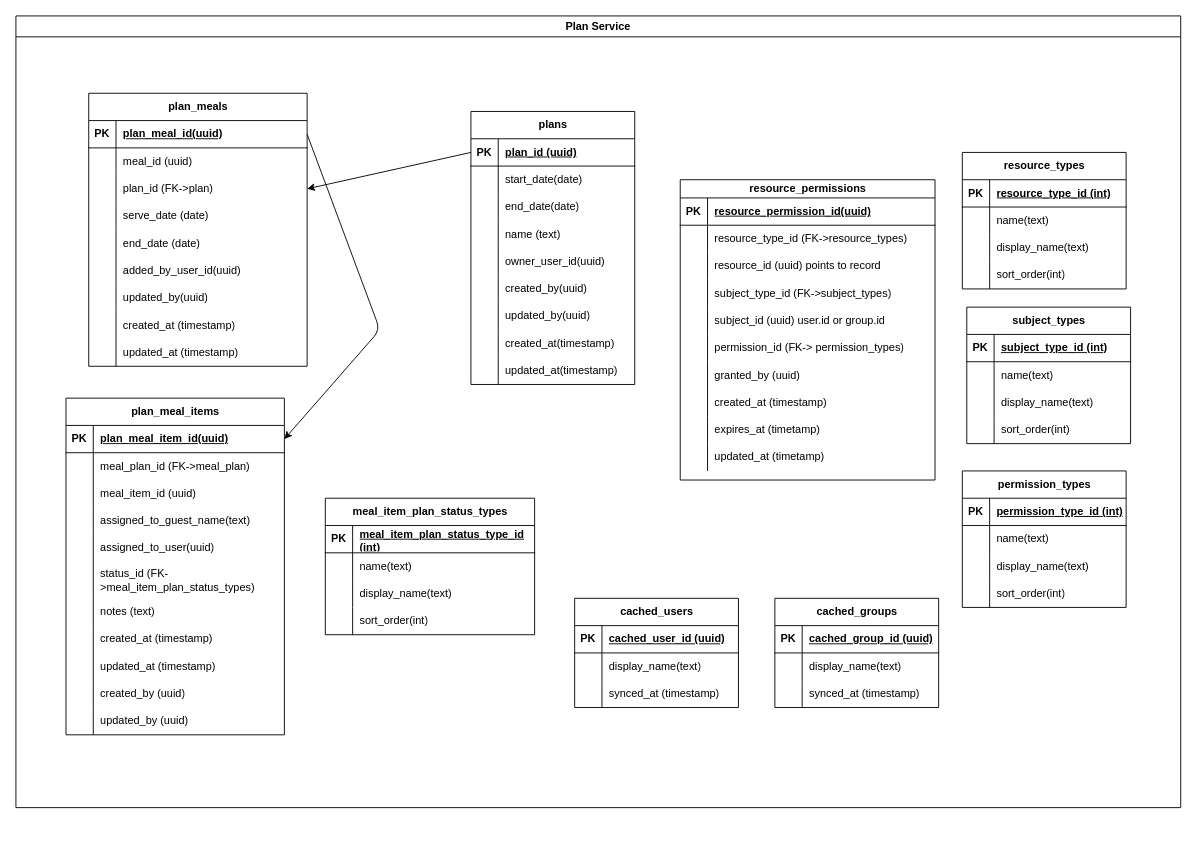
Above: page "Plan DB" (3 of 3) of docs/meal_planning_datamodel.drawio in salzheimer/mealplanner (draw.io), before the change. Source tidied: cells renumbered, new cells numbered last; positions are measured from the earlier drawing's top-left corner, leaving out a move shared by most shapes. Both pictures are drawn from the tidied source at 91%, with x=0, y=0 at pixel (15, 15).
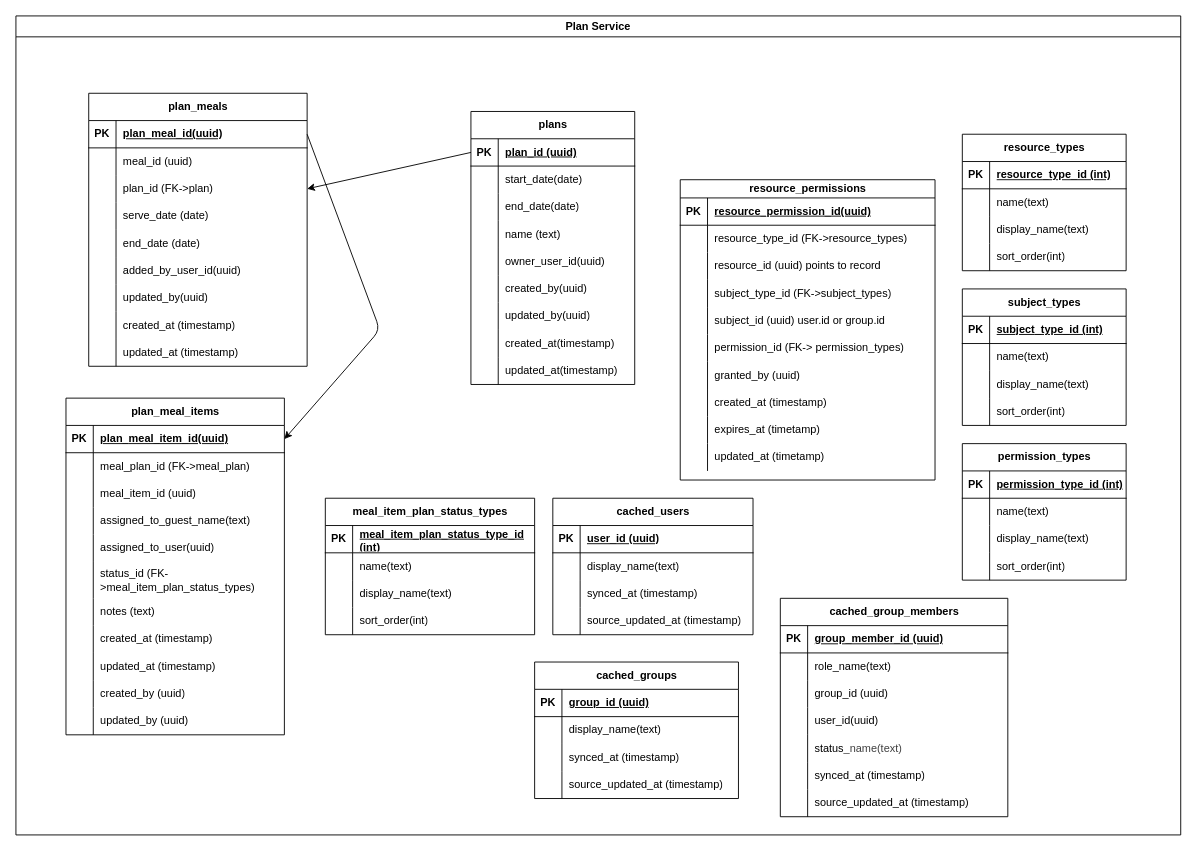
After the change.

Diff of the diagram source:
```diff
@@
     <mxCell id="2" value="Plan Service" style="swimlane;whiteSpace=wrap;html=1;" parent="1" vertex="1">
-      <mxGeometry width="1280" height="870" as="geometry" />
+      <mxGeometry width="1280" height="900" as="geometry" />
     </mxCell>
@@
     <mxCell id="95" value="&lt;div style=&quot;text-align: left;&quot;&gt;&lt;span style=&quot;background-color: transparent; text-wrap-mode: wrap;&quot;&gt;resource_types&lt;/span&gt;&lt;/div&gt;" style="shape=table;startSize=30;childLayout=tableLayout;rowLines=0;fontStyle=1;align=center;html=1;" parent="2" vertex="1">
-      <mxGeometry x="1040" y="150" width="180" height="150" as="geometry" />
+      <mxGeometry x="1040" y="130" width="180" height="150" as="geometry" />
     </mxCell>
@@
     <mxCell id="108" value="&lt;span style=&quot;color: rgb(0, 0, 0); text-align: left; white-space: normal;&quot;&gt;subject_&lt;/span&gt;types" style="shape=table;startSize=30;childLayout=tableLayout;rowLines=0;fontStyle=1;align=center;html=1;" parent="2" vertex="1">
-      <mxGeometry x="1044.9" y="320" width="180" height="150" as="geometry" />
+      <mxGeometry x="1040" y="300" width="180" height="150" as="geometry" />
     </mxCell>
@@
     <mxCell id="152" value="&lt;span style=&quot;color: rgb(0, 0, 0); text-align: left; white-space: normal;&quot;&gt;permission_&lt;/span&gt;types" style="shape=table;startSize=30;childLayout=tableLayout;rowLines=0;fontStyle=1;align=center;html=1;" parent="2" vertex="1">
-      <mxGeometry x="1040" y="500" width="180" height="150" as="geometry" />
+      <mxGeometry x="1040" y="470" width="180" height="150" as="geometry" />
     </mxCell>
@@
+    <mxCell id="198" value="cached_group_members" style="shape=table;startSize=30;childLayout=tableLayout;rowLines=0;fontStyle=1;align=center;html=1;" parent="2" vertex="1">
+      <mxGeometry x="840" y="640" width="250" height="240" as="geometry" />
+    </mxCell>
+    <mxCell id="199" style="shape=tableRow;horizontal=0;startSize=0;swimlaneHead=0;swimlaneBody=0;fillColor=none;top=0;left=0;right=0;bottom=1;" parent="198" vertex="1">
+      <mxGeometry y="30" width="250" height="30" as="geometry" />
+    </mxCell>
+    <mxCell id="200" value="PK" style="shape=partialRectangle;fillColor=none;top=0;left=0;bottom=0;right=0;fontStyle=1;overflow=hidden;whiteSpace=wrap;html=1;" parent="199" vertex="1">
+      <mxGeometry width="30" height="30" as="geometry" />
+    </mxCell>
+    <mxCell id="201" value="group_member_id (uuid)" style="shape=partialRectangle;fillColor=none;top=0;left=0;bottom=0;right=0;align=left;spacingLeft=6;fontStyle=5;overflow=hidden;whiteSpace=wrap;html=1;" parent="199" vertex="1">
+      <mxGeometry x="30" width="220" height="30" as="geometry" />
+    </mxCell>
+    <mxCell id="202" style="shape=tableRow;horizontal=0;startSize=0;swimlaneHead=0;swimlaneBody=0;fillColor=none;top=0;left=0;right=0;bottom=0;" parent="198" vertex="1">
+      <mxGeometry y="60" width="250" height="30" as="geometry" />
+    </mxCell>
+    <mxCell id="203" style="shape=partialRectangle;fillColor=none;top=0;left=0;bottom=0;right=0;overflow=hidden;whiteSpace=wrap;html=1;" parent="202" vertex="1">
+      <mxGeometry width="30" height="30" as="geometry" />
+    </mxCell>
+    <mxCell id="204" value="role_name(text)" style="shape=partialRectangle;fillColor=none;top=0;left=0;bottom=0;right=0;align=left;spacingLeft=6;overflow=hidden;whiteSpace=wrap;html=1;" parent="202" vertex="1">
+      <mxGeometry x="30" width="220" height="30" as="geometry" />
+    </mxCell>
+    <mxCell id="205" style="shape=tableRow;horizontal=0;startSize=0;swimlaneHead=0;swimlaneBody=0;fillColor=none;top=0;left=0;right=0;bottom=0;" parent="198" vertex="1">
+      <mxGeometry y="90" width="250" height="30" as="geometry" />
+    </mxCell>
+    <mxCell id="206" style="shape=partialRectangle;fillColor=none;top=0;left=0;bottom=0;right=0;overflow=hidden;whiteSpace=wrap;html=1;" parent="205" vertex="1">
+      <mxGeometry width="30" height="30" as="geometry" />
+    </mxCell>
+    <mxCell id="207" value="group_id (uuid)" style="shape=partialRectangle;fillColor=none;top=0;left=0;bottom=0;right=0;align=left;spacingLeft=6;overflow=hidden;whiteSpace=wrap;html=1;" parent="205" vertex="1">
+      <mxGeometry x="30" width="220" height="30" as="geometry" />
+    </mxCell>
+    <mxCell id="208" style="shape=tableRow;horizontal=0;startSize=0;swimlaneHead=0;swimlaneBody=0;fillColor=none;top=0;left=0;right=0;bottom=0;" parent="198" vertex="1">
+      <mxGeometry y="120" width="250" height="30" as="geometry" />
+    </mxCell>
+    <mxCell id="209" style="shape=partialRectangle;fillColor=none;top=0;left=0;bottom=0;right=0;overflow=hidden;whiteSpace=wrap;html=1;" parent="208" vertex="1">
+      <mxGeometry width="30" height="30" as="geometry" />
+    </mxCell>
+    <mxCell id="210" value="user_id(uuid)" style="shape=partialRectangle;fillColor=none;top=0;left=0;bottom=0;right=0;align=left;spacingLeft=6;overflow=hidden;whiteSpace=wrap;html=1;" parent="208" vertex="1">
+      <mxGeometry x="30" width="220" height="30" as="geometry" />
+    </mxCell>
+    <mxCell id="211" style="shape=tableRow;horizontal=0;startSize=0;swimlaneHead=0;swimlaneBody=0;fillColor=none;top=0;left=0;right=0;bottom=0;" parent="198" vertex="1">
+      <mxGeometry y="150" width="250" height="30" as="geometry" />
+    </mxCell>
+    <mxCell id="212" style="shape=partialRectangle;fillColor=none;top=0;left=0;bottom=0;right=0;overflow=hidden;whiteSpace=wrap;html=1;" parent="211" vertex="1">
+      <mxGeometry width="30" height="30" as="geometry" />
+    </mxCell>
+    <mxCell id="213" value="status&lt;span style=&quot;color: rgb(63, 63, 63); background-color: transparent;&quot;&gt;_name(text)&lt;/span&gt;" style="shape=partialRectangle;fillColor=none;top=0;left=0;bottom=0;right=0;align=left;spacingLeft=6;overflow=hidden;whiteSpace=wrap;html=1;" parent="211" vertex="1">
+      <mxGeometry x="30" width="220" height="30" as="geometry" />
+    </mxCell>
+    <mxCell id="214" style="shape=tableRow;horizontal=0;startSize=0;swimlaneHead=0;swimlaneBody=0;fillColor=none;top=0;left=0;right=0;bottom=0;" parent="198" vertex="1">
+      <mxGeometry y="180" width="250" height="30" as="geometry" />
+    </mxCell>
+    <mxCell id="215" style="shape=partialRectangle;fillColor=none;top=0;left=0;bottom=0;right=0;overflow=hidden;whiteSpace=wrap;html=1;" parent="214" vertex="1">
+      <mxGeometry width="30" height="30" as="geometry" />
+    </mxCell>
+    <mxCell id="216" value="synced_at (timestamp)" style="shape=partialRectangle;fillColor=none;top=0;left=0;bottom=0;right=0;align=left;spacingLeft=6;overflow=hidden;whiteSpace=wrap;html=1;" parent="214" vertex="1">
+      <mxGeometry x="30" width="220" height="30" as="geometry" />
+    </mxCell>
+    <mxCell id="217" style="shape=tableRow;horizontal=0;startSize=0;swimlaneHead=0;swimlaneBody=0;fillColor=none;top=0;left=0;right=0;bottom=0;" parent="198" vertex="1">
+      <mxGeometry y="210" width="250" height="30" as="geometry" />
+    </mxCell>
+    <mxCell id="218" style="shape=partialRectangle;fillColor=none;top=0;left=0;bottom=0;right=0;overflow=hidden;whiteSpace=wrap;html=1;" parent="217" vertex="1">
+      <mxGeometry width="30" height="30" as="geometry" />
+    </mxCell>
+    <mxCell id="219" value="&lt;span style=&quot;color: rgb(0, 0, 0);&quot;&gt;source_updated_at (timestamp)&lt;/span&gt;" style="shape=partialRectangle;fillColor=none;top=0;left=0;bottom=0;right=0;align=left;spacingLeft=6;overflow=hidden;whiteSpace=wrap;html=1;" parent="217" vertex="1">
+      <mxGeometry x="30" width="220" height="30" as="geometry" />
+    </mxCell>
-    <mxCell id="178" value="cached_users" style="shape=table;startSize=30;childLayout=tableLayout;rowLines=0;fontStyle=1;align=center;html=1;" parent="1" vertex="1">
-      <mxGeometry x="614" y="640" width="180" height="120" as="geometry" />
+    <mxCell id="178" value="cached_users" style="shape=table;startSize=30;childLayout=tableLayout;rowLines=0;fontStyle=1;align=center;html=1;" parent="2" vertex="1">
+      <mxGeometry x="590" y="530" width="220" height="150" as="geometry" />
     </mxCell>
     <mxCell id="179" style="shape=tableRow;horizontal=0;startSize=0;swimlaneHead=0;swimlaneBody=0;fillColor=none;top=0;left=0;right=0;bottom=1;" parent="178" vertex="1">
-      <mxGeometry y="30" width="180" height="30" as="geometry" />
+      <mxGeometry y="30" width="220" height="30" as="geometry" />
     </mxCell>
@@
-    <mxCell id="181" value="cached_user_id (uuid)" style="shape=partialRectangle;fillColor=none;top=0;left=0;bottom=0;right=0;align=left;spacingLeft=6;fontStyle=5;overflow=hidden;whiteSpace=wrap;html=1;" parent="179" vertex="1">
-      <mxGeometry x="30" width="150" height="30" as="geometry" />
+    <mxCell id="181" value="user_id (uuid)" style="shape=partialRectangle;fillColor=none;top=0;left=0;bottom=0;right=0;align=left;spacingLeft=6;fontStyle=5;overflow=hidden;whiteSpace=wrap;html=1;" parent="179" vertex="1">
+      <mxGeometry x="30" width="190" height="30" as="geometry" />
     </mxCell>
     <mxCell id="182" style="shape=tableRow;horizontal=0;startSize=0;swimlaneHead=0;swimlaneBody=0;fillColor=none;top=0;left=0;right=0;bottom=0;" parent="178" vertex="1">
-      <mxGeometry y="60" width="180" height="30" as="geometry" />
+      <mxGeometry y="60" width="220" height="30" as="geometry" />
     </mxCell>
@@
     <mxCell id="184" value="display_name(text)" style="shape=partialRectangle;fillColor=none;top=0;left=0;bottom=0;right=0;align=left;spacingLeft=6;overflow=hidden;whiteSpace=wrap;html=1;" parent="182" vertex="1">
-      <mxGeometry x="30" width="150" height="30" as="geometry" />
+      <mxGeometry x="30" width="190" height="30" as="geometry" />
     </mxCell>
     <mxCell id="185" style="shape=tableRow;horizontal=0;startSize=0;swimlaneHead=0;swimlaneBody=0;fillColor=none;top=0;left=0;right=0;bottom=0;" parent="178" vertex="1">
-      <mxGeometry y="90" width="180" height="30" as="geometry" />
+      <mxGeometry y="90" width="220" height="30" as="geometry" />
     </mxCell>
@@
     <mxCell id="187" value="synced_at (timestamp)" style="shape=partialRectangle;fillColor=none;top=0;left=0;bottom=0;right=0;align=left;spacingLeft=6;overflow=hidden;whiteSpace=wrap;html=1;" parent="185" vertex="1">
-      <mxGeometry x="30" width="150" height="30" as="geometry" />
+      <mxGeometry x="30" width="190" height="30" as="geometry" />
     </mxCell>
+    <mxCell id="220" style="shape=tableRow;horizontal=0;startSize=0;swimlaneHead=0;swimlaneBody=0;fillColor=none;top=0;left=0;right=0;bottom=0;" parent="178" vertex="1">
+      <mxGeometry y="120" width="220" height="30" as="geometry" />
+    </mxCell>
+    <mxCell id="221" style="shape=partialRectangle;fillColor=none;top=0;left=0;bottom=0;right=0;overflow=hidden;whiteSpace=wrap;html=1;" parent="220" vertex="1">
+      <mxGeometry width="30" height="30" as="geometry" />
+    </mxCell>
+    <mxCell id="222" value="&lt;span style=&quot;color: rgb(0, 0, 0);&quot;&gt;source_updated_at (timestamp)&lt;/span&gt;" style="shape=partialRectangle;fillColor=none;top=0;left=0;bottom=0;right=0;align=left;spacingLeft=6;overflow=hidden;whiteSpace=wrap;html=1;" parent="220" vertex="1">
+      <mxGeometry x="30" width="190" height="30" as="geometry" />
+    </mxCell>
-    <mxCell id="188" value="cached_groups" style="shape=table;startSize=30;childLayout=tableLayout;rowLines=0;fontStyle=1;align=center;html=1;" parent="1" vertex="1">
-      <mxGeometry x="834" y="640" width="180" height="120" as="geometry" />
+    <mxCell id="188" value="cached_groups" style="shape=table;startSize=30;childLayout=tableLayout;rowLines=0;fontStyle=1;align=center;html=1;" parent="2" vertex="1">
+      <mxGeometry x="570" y="710" width="224" height="150" as="geometry" />
     </mxCell>
     <mxCell id="189" style="shape=tableRow;horizontal=0;startSize=0;swimlaneHead=0;swimlaneBody=0;fillColor=none;top=0;left=0;right=0;bottom=1;" parent="188" vertex="1">
-      <mxGeometry y="30" width="180" height="30" as="geometry" />
+      <mxGeometry y="30" width="224" height="30" as="geometry" />
     </mxCell>
@@
-    <mxCell id="191" value="cached_group_id (uuid)" style="shape=partialRectangle;fillColor=none;top=0;left=0;bottom=0;right=0;align=left;spacingLeft=6;fontStyle=5;overflow=hidden;whiteSpace=wrap;html=1;" parent="189" vertex="1">
-      <mxGeometry x="30" width="150" height="30" as="geometry" />
+    <mxCell id="191" value="group_id (uuid)" style="shape=partialRectangle;fillColor=none;top=0;left=0;bottom=0;right=0;align=left;spacingLeft=6;fontStyle=5;overflow=hidden;whiteSpace=wrap;html=1;" parent="189" vertex="1">
+      <mxGeometry x="30" width="194" height="30" as="geometry" />
     </mxCell>
     <mxCell id="192" style="shape=tableRow;horizontal=0;startSize=0;swimlaneHead=0;swimlaneBody=0;fillColor=none;top=0;left=0;right=0;bottom=0;" parent="188" vertex="1">
-      <mxGeometry y="60" width="180" height="30" as="geometry" />
+      <mxGeometry y="60" width="224" height="30" as="geometry" />
     </mxCell>
@@
     <mxCell id="194" value="display_name(text)" style="shape=partialRectangle;fillColor=none;top=0;left=0;bottom=0;right=0;align=left;spacingLeft=6;overflow=hidden;whiteSpace=wrap;html=1;" parent="192" vertex="1">
-      <mxGeometry x="30" width="150" height="30" as="geometry" />
+      <mxGeometry x="30" width="194" height="30" as="geometry" />
     </mxCell>
     <mxCell id="195" style="shape=tableRow;horizontal=0;startSize=0;swimlaneHead=0;swimlaneBody=0;fillColor=none;top=0;left=0;right=0;bottom=0;" parent="188" vertex="1">
-      <mxGeometry y="90" width="180" height="30" as="geometry" />
+      <mxGeometry y="90" width="224" height="30" as="geometry" />
     </mxCell>
@@
     <mxCell id="197" value="synced_at (timestamp)" style="shape=partialRectangle;fillColor=none;top=0;left=0;bottom=0;right=0;align=left;spacingLeft=6;overflow=hidden;whiteSpace=wrap;html=1;" parent="195" vertex="1">
-      <mxGeometry x="30" width="150" height="30" as="geometry" />
+      <mxGeometry x="30" width="194" height="30" as="geometry" />
     </mxCell>
+    <mxCell id="223" style="shape=tableRow;horizontal=0;startSize=0;swimlaneHead=0;swimlaneBody=0;fillColor=none;top=0;left=0;right=0;bottom=0;" parent="188" vertex="1">
+      <mxGeometry y="120" width="224" height="30" as="geometry" />
+    </mxCell>
+    <mxCell id="224" style="shape=partialRectangle;fillColor=none;top=0;left=0;bottom=0;right=0;overflow=hidden;whiteSpace=wrap;html=1;" parent="223" vertex="1">
+      <mxGeometry width="30" height="30" as="geometry" />
+    </mxCell>
+    <mxCell id="225" value="&lt;span style=&quot;color: rgb(0, 0, 0);&quot;&gt;source_updated_at (timestamp)&lt;/span&gt;" style="shape=partialRectangle;fillColor=none;top=0;left=0;bottom=0;right=0;align=left;spacingLeft=6;overflow=hidden;whiteSpace=wrap;html=1;" parent="223" vertex="1">
+      <mxGeometry x="30" width="194" height="30" as="geometry" />
+    </mxCell>
```
